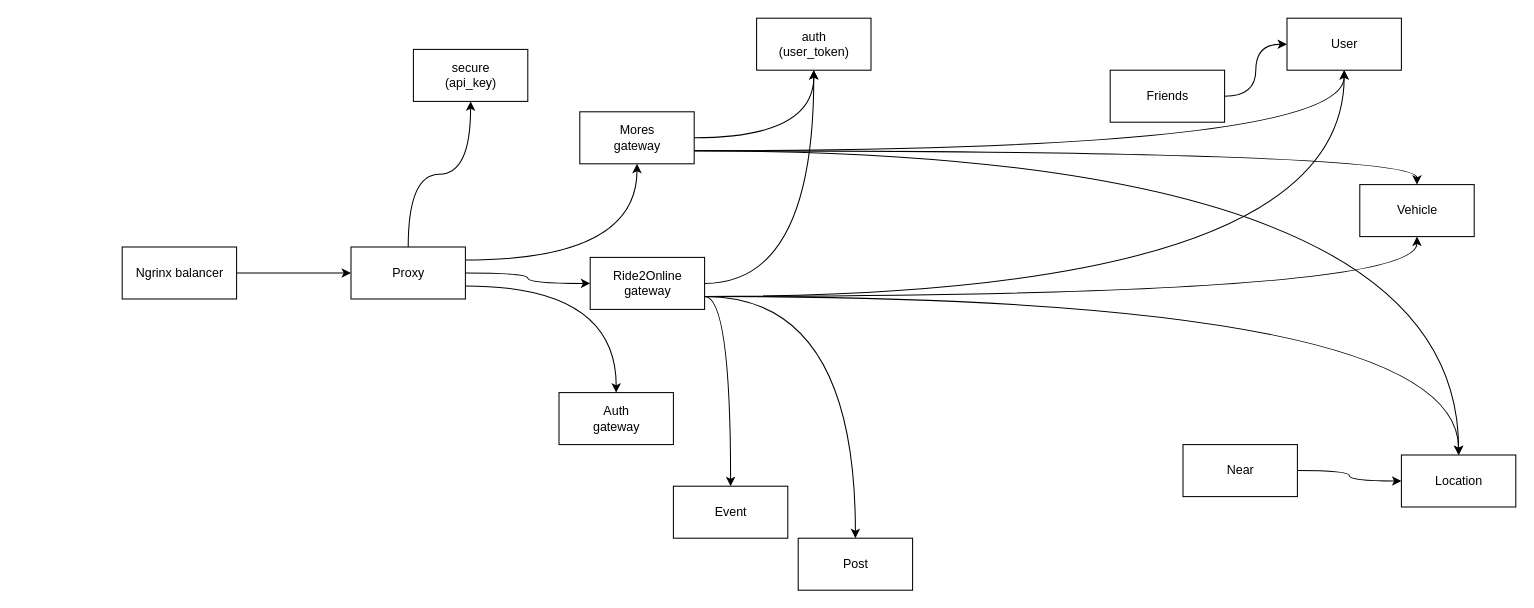
The draw.io diagram page "Page-3" (3 of 3) of schema.drawio in jadjer/mores, before the edit. Source tidied: cells renumbered, new cells numbered last; positions are measured from the earlier drawing's top-left corner, leaving out a move shared by most shapes. Both pictures are drawn from the tidied source at 104%, with x=0, y=0 at pixel (122, 18).
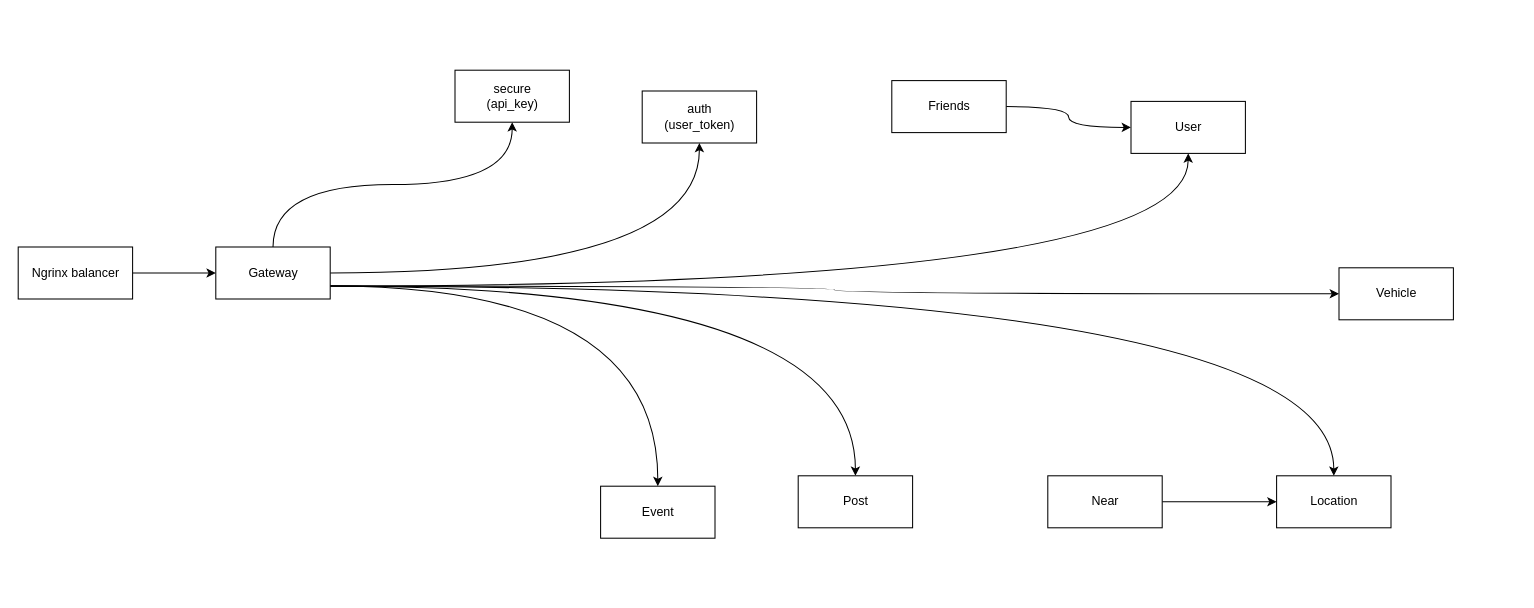
Above is the later version.

The edit, as a diff of the source:
```diff
@@
-    <mxCell id="2" style="edgeStyle=orthogonalEdgeStyle;curved=1;rounded=0;jettySize=auto;html=1;exitX=1;exitY=0.5;exitDx=0;exitDy=0;" parent="1" edge="1" source="6" target="16">
-      <mxGeometry relative="1" as="geometry" />
-    </mxCell>
-    <mxCell id="3" style="edgeStyle=orthogonalEdgeStyle;rounded=0;jettySize=auto;html=1;exitX=1;exitY=0.75;exitDx=0;exitDy=0;curved=1;" parent="1" edge="1" source="6" target="18">
-      <mxGeometry relative="1" as="geometry" />
-    </mxCell>
-    <mxCell id="4" style="edgeStyle=orthogonalEdgeStyle;curved=1;rounded=0;jettySize=auto;html=1;exitX=1;exitY=0.75;exitDx=0;exitDy=0;" parent="1" edge="1" source="6" target="19">
-      <mxGeometry relative="1" as="geometry" />
-    </mxCell>
-    <mxCell id="5" style="edgeStyle=orthogonalEdgeStyle;curved=1;rounded=0;jettySize=auto;html=1;exitX=1;exitY=0.75;exitDx=0;exitDy=0;" parent="1" edge="1" source="6" target="22">
-      <mxGeometry relative="1" as="geometry" />
-    </mxCell>
-    <mxCell id="6" value="Mores&lt;br&gt;gateway" style="html=1;" parent="1" vertex="1">
-      <mxGeometry x="440" y="90" width="110" height="50" as="geometry" />
-    </mxCell>
@@
+    <mxCell id="33" style="edgeStyle=orthogonalEdgeStyle;curved=1;rounded=0;jettySize=auto;html=1;exitX=0.5;exitY=0;exitDx=0;exitDy=0;" parent="1" edge="1" source="13" target="17">
+      <mxGeometry relative="1" as="geometry" />
+    </mxCell>
-    <mxCell id="13" value="Ride2Online&lt;br&gt;gateway" style="html=1;" parent="1" vertex="1">
-      <mxGeometry x="450" y="230" width="110" height="50" as="geometry" />
+    <mxCell id="13" value="Gateway" style="html=1;" parent="1" vertex="1">
+      <mxGeometry x="90" y="220" width="110" height="50" as="geometry" />
     </mxCell>
-    <mxCell id="14" style="edgeStyle=orthogonalEdgeStyle;curved=1;rounded=0;jettySize=auto;html=1;exitX=1;exitY=0.5;exitDx=0;exitDy=0;" parent="1" edge="1" source="15" target="29">
+    <mxCell id="14" style="edgeStyle=orthogonalEdgeStyle;curved=1;rounded=0;jettySize=auto;html=1;exitX=1;exitY=0.5;exitDx=0;exitDy=0;" parent="1" edge="1" source="15" target="13">
       <mxGeometry relative="1" as="geometry" />
     </mxCell>
     <mxCell id="15" value="Ngrinx balancer" style="html=1;" parent="1" vertex="1">
-      <mxGeometry y="220" width="110" height="50" as="geometry" />
+      <mxGeometry x="-100" y="220" width="110" height="50" as="geometry" />
     </mxCell>
     <mxCell id="16" value="auth&lt;br&gt;(user_token)" style="html=1;" parent="1" vertex="1">
-      <mxGeometry x="610" width="110" height="50" as="geometry" />
+      <mxGeometry x="500" y="70" width="110" height="50" as="geometry" />
     </mxCell>
     <mxCell id="17" value="secure&lt;br&gt;(api_key)" style="html=1;" parent="1" vertex="1">
-      <mxGeometry x="280" y="30" width="110" height="50" as="geometry" />
+      <mxGeometry x="320" y="50" width="110" height="50" as="geometry" />
     </mxCell>
     <mxCell id="18" value="User" style="html=1;" parent="1" vertex="1">
-      <mxGeometry x="1120" width="110" height="50" as="geometry" />
+      <mxGeometry x="970" y="80" width="110" height="50" as="geometry" />
     </mxCell>
     <mxCell id="19" value="Vehicle" style="html=1;" parent="1" vertex="1">
-      <mxGeometry x="1190" y="160" width="110" height="50" as="geometry" />
+      <mxGeometry x="1170" y="240" width="110" height="50" as="geometry" />
     </mxCell>
     <mxCell id="20" value="Event" style="html=1;" parent="1" vertex="1">
-      <mxGeometry x="530" y="450" width="110" height="50" as="geometry" />
+      <mxGeometry x="460" y="450" width="110" height="50" as="geometry" />
     </mxCell>
     <mxCell id="21" value="Post" style="html=1;" parent="1" vertex="1">
-      <mxGeometry x="650" y="500" width="110" height="50" as="geometry" />
+      <mxGeometry x="650" y="440" width="110" height="50" as="geometry" />
     </mxCell>
     <mxCell id="22" value="Location" style="html=1;" parent="1" vertex="1">
-      <mxGeometry x="1230" y="420" width="110" height="50" as="geometry" />
+      <mxGeometry x="1110" y="440" width="110" height="50" as="geometry" />
     </mxCell>
@@
     <mxCell id="24" value="Near" style="html=1;" parent="1" vertex="1">
-      <mxGeometry x="1020" y="410" width="110" height="50" as="geometry" />
+      <mxGeometry x="890" y="440" width="110" height="50" as="geometry" />
     </mxCell>
-    <mxCell id="25" style="edgeStyle=orthogonalEdgeStyle;curved=1;rounded=0;jettySize=auto;html=1;exitX=1;exitY=0.25;exitDx=0;exitDy=0;" parent="1" edge="1" source="29" target="6">
-      <mxGeometry relative="1" as="geometry" />
-    </mxCell>
-    <mxCell id="26" style="edgeStyle=orthogonalEdgeStyle;curved=1;rounded=0;jettySize=auto;html=1;exitX=1;exitY=0.5;exitDx=0;exitDy=0;" parent="1" edge="1" source="29" target="13">
-      <mxGeometry relative="1" as="geometry" />
-    </mxCell>
-    <mxCell id="27" style="edgeStyle=orthogonalEdgeStyle;curved=1;rounded=0;jettySize=auto;html=1;exitX=0.5;exitY=0;exitDx=0;exitDy=0;" parent="1" edge="1" source="29" target="17">
-      <mxGeometry relative="1" as="geometry" />
-    </mxCell>
-    <mxCell id="28" style="edgeStyle=orthogonalEdgeStyle;rounded=0;jettySize=auto;html=1;exitX=1;exitY=0.75;exitDx=0;exitDy=0;curved=1;" parent="1" edge="1" source="29" target="32">
-      <mxGeometry relative="1" as="geometry" />
-    </mxCell>
-    <mxCell id="29" value="Proxy" style="html=1;" parent="1" vertex="1">
-      <mxGeometry x="220" y="220" width="110" height="50" as="geometry" />
-    </mxCell>
@@
     <mxCell id="31" value="Friends" style="html=1;" parent="1" vertex="1">
-      <mxGeometry x="950" y="50" width="110" height="50" as="geometry" />
+      <mxGeometry x="740" y="60" width="110" height="50" as="geometry" />
     </mxCell>
-    <mxCell id="32" value="Auth&lt;br&gt;gateway" style="html=1;" parent="1" vertex="1">
-      <mxGeometry x="420" y="360" width="110" height="50" as="geometry" />
-    </mxCell>
```
